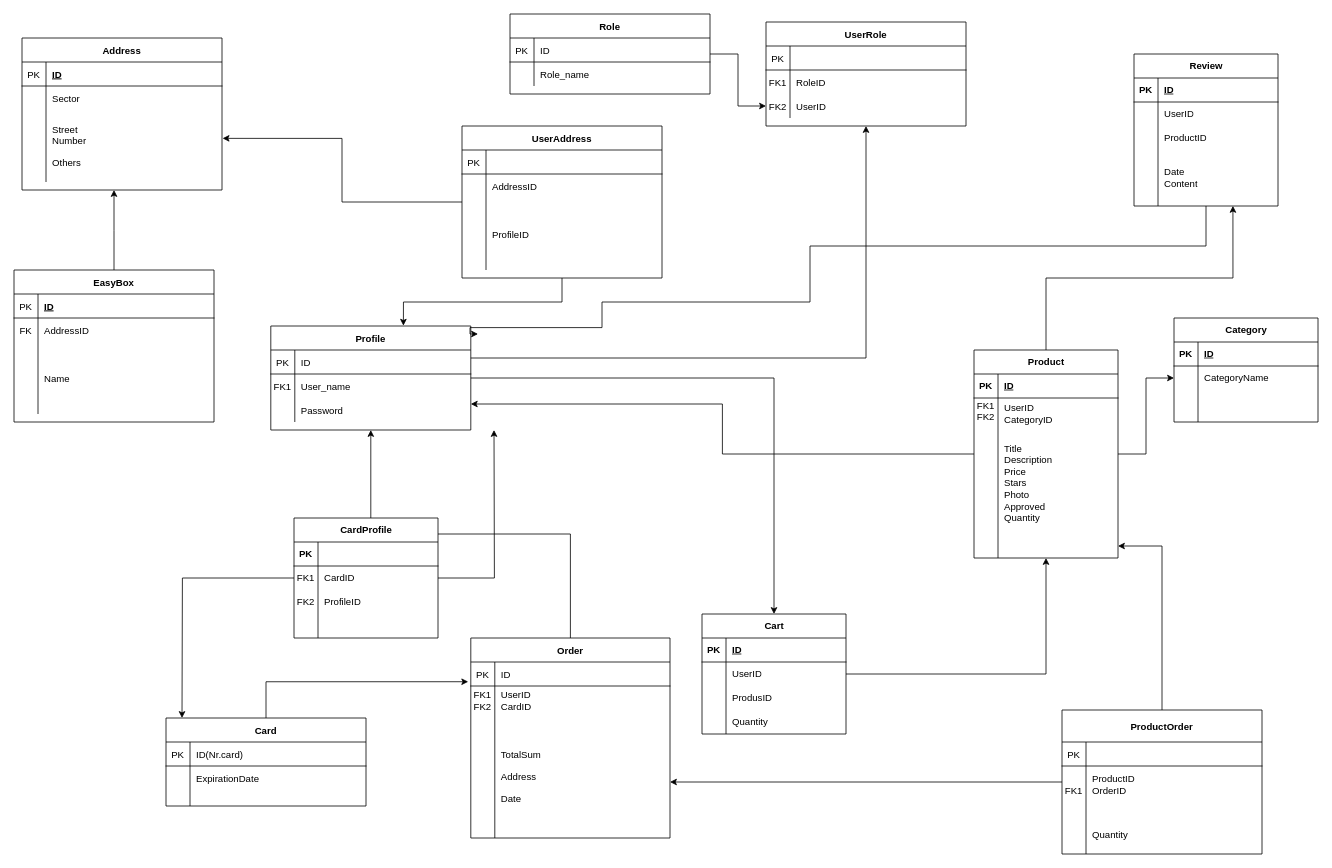
This is Untitled Diagram.drawio from Popescu-Alin/ProiectMDS, a draw.io file, before an edit. Source tidied: cells renumbered, new cells numbered last; positions are measured from the earlier drawing's top-left corner, leaving out a move shared by most shapes. Both pictures are drawn from the tidied source at 80%, with x=0, y=0 at pixel (14, 14).
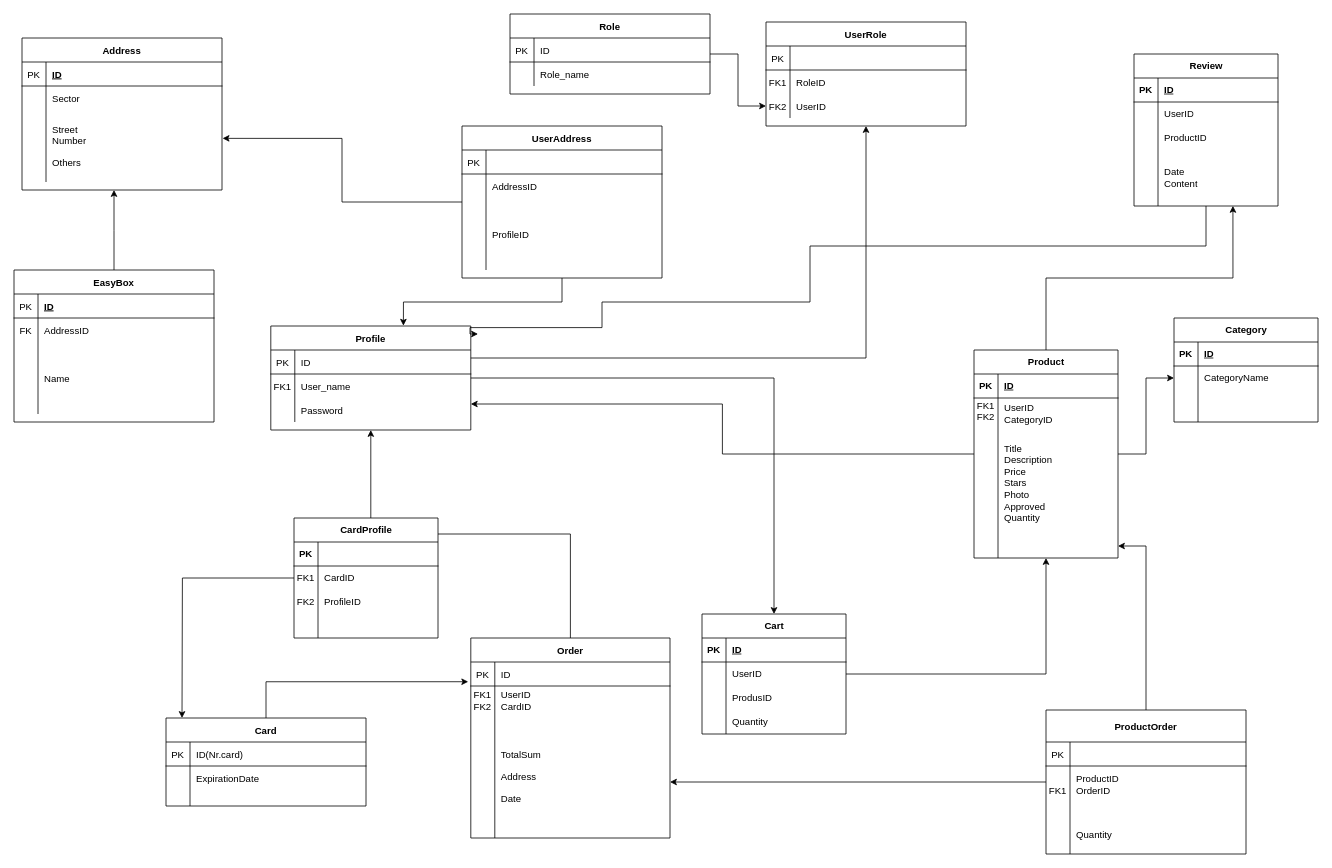
Above is the later version.

Unchanged cells that the change refers to:
```xml
<mxCell id="158" value="CardProfile" style="shape=table;startSize=30;childLayout=tableLayout;rowLines=0;fontStyle=1;align=center;html=1;" parent="1" vertex="1">
  <mxGeometry x="350" y="630" width="180" height="150" as="geometry" />
</mxCell>
```

The edit, as a diff of the source:
```diff
@@
     <mxCell id="102" value="ProductOrder" style="shape=table;startSize=40;childLayout=tableLayout;rowLines=0;fontStyle=1;align=center;" parent="1" vertex="1">
-      <mxGeometry x="1310" y="870" width="250" height="180" as="geometry" />
+      <mxGeometry x="1290" y="870" width="250" height="180" as="geometry" />
     </mxCell>
@@
-    <mxCell id="156" style="edgeStyle=orthogonalEdgeStyle;rounded=0;jettySize=auto;html=1;" parent="1" edge="1" source="158">
-      <mxGeometry relative="1" as="geometry">
-        <mxPoint x="600" y="520" as="targetPoint" />
-      </mxGeometry>
-    </mxCell>
```
